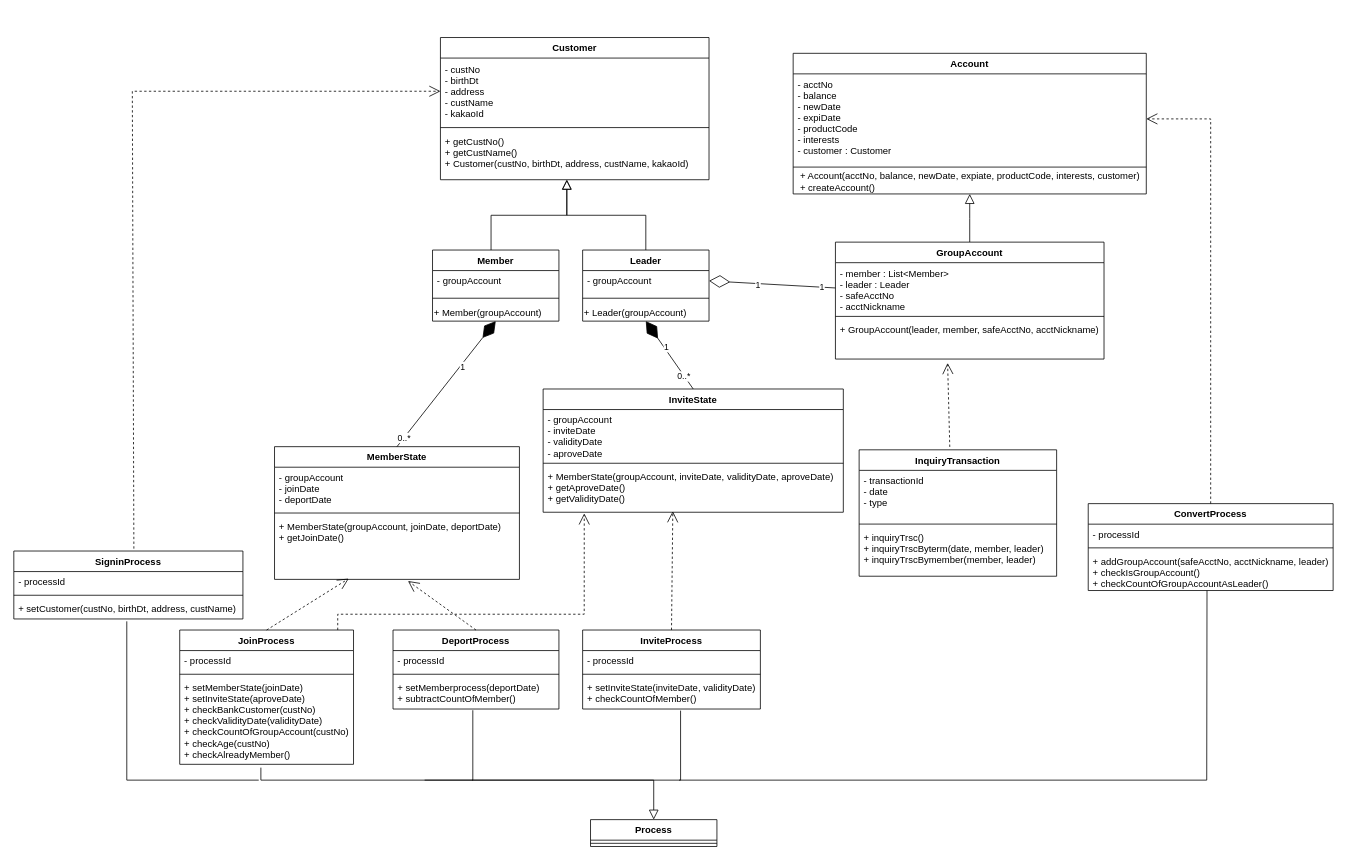
This is Class Diagram.drawio from h22j2n/BeakJoon, a draw.io file, before an edit. Source tidied: cells renumbered, new cells numbered last; positions are measured from the earlier drawing's top-left corner, leaving out a move shared by most shapes. Both pictures are drawn from the tidied source at 79%, with x=0, y=0 at pixel (13, 37).
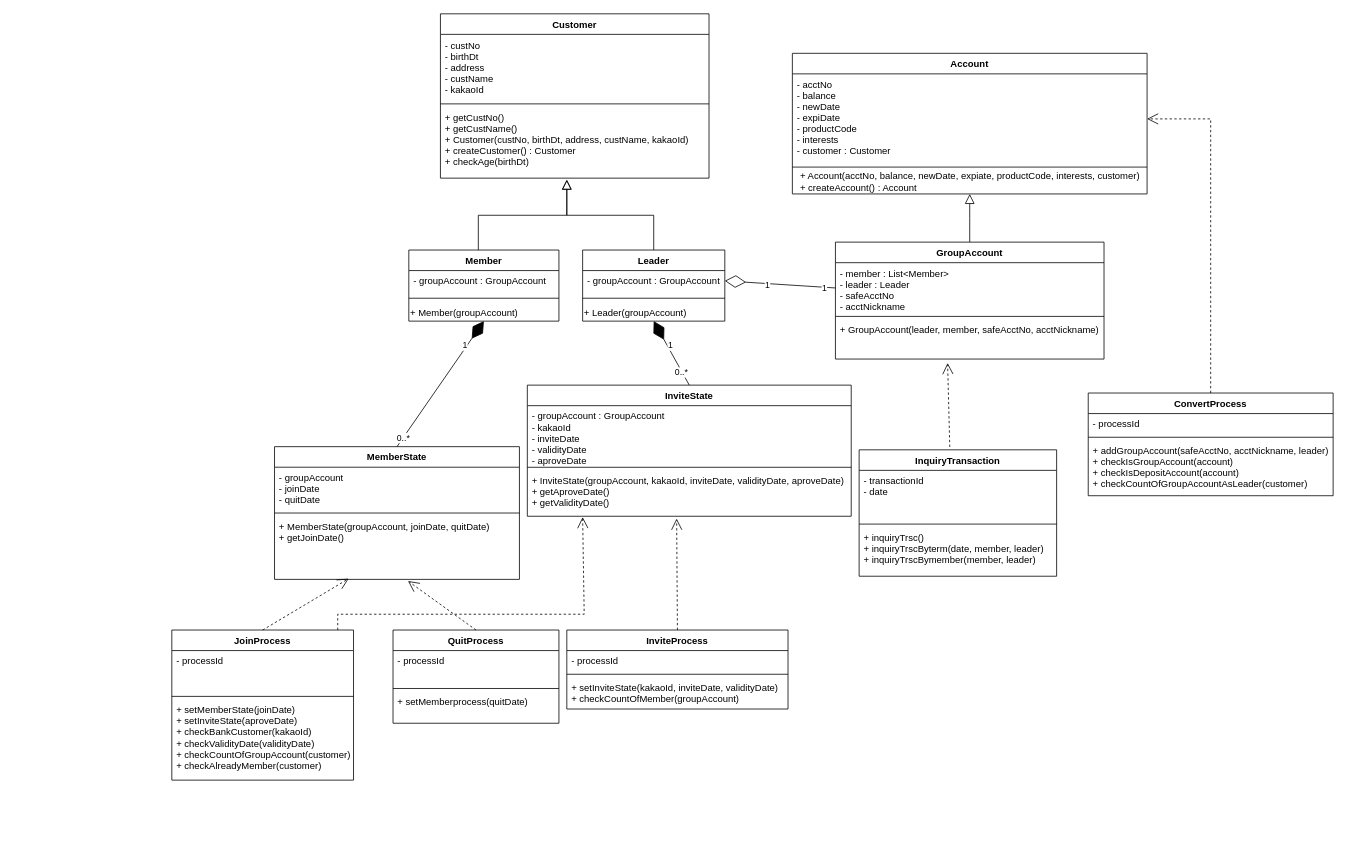
Above is the later version.

Unchanged cells that the change refers to:
```xml
<mxCell id="12" value="- custNo&#10;- birthDt&#10;- address&#10;- custName&#10;- kakaoId" style="text;strokeColor=none;fillColor=none;align=left;verticalAlign=top;spacingLeft=4;spacingRight=4;overflow=hidden;points=[[0,0.5],[1,0.5]];portConstraint=eastwest;spacingTop=1;spacingBottom=1;" parent="11" vertex="1">
  <mxGeometry y="26" width="340" height="84" as="geometry" />
</mxCell>
<mxCell id="28" value="MemberState" style="swimlane;fontStyle=1;align=center;verticalAlign=top;horizontal=1;startSize=26;" parent="1" vertex="1">
  <mxGeometry x="330" y="517.9" width="310" height="168" as="geometry" />
</mxCell>
<mxCell id="32" style="endArrow=diamondThin;endFill=1;endSize=24;html=1;exitX=0.5;exitY=0;exitDx=0;exitDy=0;entryX=0.5;entryY=1;entryDx=0;entryDy=0;" parent="1" edge="1" source="28" target="15">
  <mxGeometry relative="1" as="geometry" />
</mxCell>
<mxCell id="49" value="InquiryTransaction" style="swimlane;fontStyle=1;align=center;verticalAlign=top;horizontal=1;startSize=26;" parent="1" vertex="1">
  <mxGeometry x="1070" y="521.9" width="250" height="160" as="geometry" />
</mxCell>
```

The edit, as a diff of the source:
```diff
@@
     <mxCell id="2" value="Account" style="swimlane;fontStyle=1;align=center;verticalAlign=top;horizontal=1;startSize=26;rounded=0;shadow=0;strokeWidth=1;" parent="1" vertex="1">
-      <mxGeometry x="986.5" y="20" width="447" height="178" as="geometry" />
+      <mxGeometry x="985.5" y="20" width="449" height="178" as="geometry" />
     </mxCell>
     <mxCell id="3" value="- acctNo&#10;- balance&#10;- newDate&#10;- expiDate&#10;- productCode&#10;- interests&#10;- customer : Customer" style="text;align=left;verticalAlign=top;spacingLeft=4;spacingRight=4;overflow=hidden;points=[[0,0.5],[1,0.5]];portConstraint=eastwest;" parent="2" vertex="1">
-      <mxGeometry y="26" width="447" height="114" as="geometry" />
+      <mxGeometry y="26" width="449" height="114" as="geometry" />
     </mxCell>
     <mxCell id="4" style="line;html=1;strokeWidth=1;align=left;verticalAlign=middle;spacingTop=-1;spacingLeft=3;spacingRight=3;labelPosition=right;" parent="2" vertex="1">
-      <mxGeometry y="140" width="447" height="8" as="geometry" />
+      <mxGeometry y="140" width="449" height="8" as="geometry" />
     </mxCell>
-    <mxCell id="5" value="&lt;div&gt;&lt;div&gt;&lt;div style=&quot;text-align: left&quot;&gt;+ Account(acctNo, balance, newDate, expiate, productCode, interests, customer)&lt;/div&gt;&lt;/div&gt;&lt;/div&gt;&lt;div style=&quot;text-align: left&quot;&gt;+ createAccount()&lt;/div&gt;" style="text;html=1;align=center;verticalAlign=middle;" parent="2" vertex="1">
-      <mxGeometry y="148" width="447" height="30" as="geometry" />
+    <mxCell id="5" value="&lt;div&gt;&lt;div&gt;&lt;div style=&quot;text-align: left&quot;&gt;+ Account(acctNo, balance, newDate, expiate, productCode, interests, customer)&lt;/div&gt;&lt;/div&gt;&lt;/div&gt;&lt;div style=&quot;text-align: left&quot;&gt;+ createAccount() : Account&lt;/div&gt;" style="text;html=1;align=center;verticalAlign=middle;" parent="2" vertex="1">
+      <mxGeometry y="148" width="449" height="30" as="geometry" />
     </mxCell>
@@
     <mxCell id="11" value="Customer" style="swimlane;fontStyle=1;align=center;verticalAlign=top;horizontal=1;startSize=26;" parent="1" vertex="1">
-      <mxGeometry x="540" width="340" height="180" as="geometry" />
+      <mxGeometry x="540" y="-30" width="340" height="208" as="geometry" />
     </mxCell>
@@
-    <mxCell id="14" value="+ getCustNo()&#10;+ getCustName()&#10;+ Customer(custNo, birthDt, address, custName, kakaoId)" style="text;strokeColor=none;fillColor=none;align=left;verticalAlign=top;spacingLeft=4;spacingRight=4;overflow=hidden;" parent="11" vertex="1">
-      <mxGeometry y="118" width="340" height="62" as="geometry" />
+    <mxCell id="14" value="+ getCustNo()&#10;+ getCustName()&#10;+ Customer(custNo, birthDt, address, custName, kakaoId)&#10;+ createCustomer() : Customer&#10;+ checkAge(birthDt)" style="text;strokeColor=none;fillColor=none;align=left;verticalAlign=top;spacingLeft=4;spacingRight=4;overflow=hidden;" parent="11" vertex="1">
+      <mxGeometry y="118" width="340" height="90" as="geometry" />
     </mxCell>
     <mxCell id="15" value="Member" style="swimlane;fontStyle=1;align=center;verticalAlign=top;horizontal=1;startSize=26;" parent="1" vertex="1">
-      <mxGeometry x="530" y="269" width="160" height="90" as="geometry" />
+      <mxGeometry x="500" y="269" width="190" height="90" as="geometry" />
     </mxCell>
-    <mxCell id="16" value="- groupAccount" style="text;strokeColor=none;fillColor=none;align=left;verticalAlign=top;spacingLeft=4;spacingRight=4;overflow=hidden;" parent="15" vertex="1">
-      <mxGeometry y="26" width="160" height="26" as="geometry" />
+    <mxCell id="16" value="- groupAccount : GroupAccount&#10;" style="text;strokeColor=none;fillColor=none;align=left;verticalAlign=top;spacingLeft=4;spacingRight=4;overflow=hidden;" parent="15" vertex="1">
+      <mxGeometry y="26" width="190" height="26" as="geometry" />
     </mxCell>
     <mxCell id="17" style="line;strokeWidth=1;fillColor=none;align=left;verticalAlign=middle;spacingTop=-1;spacingLeft=3;spacingRight=3;labelPosition=right;" parent="15" vertex="1">
-      <mxGeometry y="52" width="160" height="18" as="geometry" />
+      <mxGeometry y="52" width="190" height="18" as="geometry" />
     </mxCell>
     <mxCell id="18" value="+ Member(groupAccount)" style="text;html=1;align=left;verticalAlign=middle;" parent="15" vertex="1">
-      <mxGeometry y="70" width="160" height="20" as="geometry" />
+      <mxGeometry y="70" width="190" height="20" as="geometry" />
     </mxCell>
     <mxCell id="19" value="Leader" style="swimlane;fontStyle=1;align=center;verticalAlign=top;horizontal=1;startSize=26;" parent="1" vertex="1">
-      <mxGeometry x="720" y="269" width="160" height="90" as="geometry" />
+      <mxGeometry x="720" y="269" width="180" height="90" as="geometry" />
     </mxCell>
-    <mxCell id="20" value="- groupAccount" style="text;strokeColor=none;fillColor=none;align=left;verticalAlign=top;spacingLeft=4;spacingRight=4;overflow=hidden;points=[[0,0.5],[1,0.5]];portConstraint=eastwest;" parent="19" vertex="1">
-      <mxGeometry y="26" width="160" height="26" as="geometry" />
+    <mxCell id="20" value="- groupAccount : GroupAccount&#10;" style="text;strokeColor=none;fillColor=none;align=left;verticalAlign=top;spacingLeft=4;spacingRight=4;overflow=hidden;points=[[0,0.5],[1,0.5]];portConstraint=eastwest;" parent="19" vertex="1">
+      <mxGeometry y="26" width="180" height="26" as="geometry" />
     </mxCell>
     <mxCell id="21" style="line;strokeWidth=1;fillColor=none;align=left;verticalAlign=middle;spacingTop=-1;spacingLeft=3;spacingRight=3;labelPosition=right;" parent="19" vertex="1">
-      <mxGeometry y="52" width="160" height="18" as="geometry" />
+      <mxGeometry y="52" width="180" height="18" as="geometry" />
     </mxCell>
     <mxCell id="22" value="+ Leader(groupAccount)" style="text;html=1;align=left;verticalAlign=middle;" parent="19" vertex="1">
-      <mxGeometry y="70" width="160" height="20" as="geometry" />
+      <mxGeometry y="70" width="180" height="20" as="geometry" />
     </mxCell>
@@
-    <mxCell id="29" value="- groupAccount&#10;- joinDate&#10;- deportDate" style="text;strokeColor=none;fillColor=none;align=left;verticalAlign=top;spacingLeft=4;spacingRight=4;overflow=hidden;" parent="28" vertex="1">
+    <mxCell id="29" value="- groupAccount&#10;- joinDate&#10;- quitDate" style="text;strokeColor=none;fillColor=none;align=left;verticalAlign=top;spacingLeft=4;spacingRight=4;overflow=hidden;" parent="28" vertex="1">
       <mxGeometry y="26" width="310" height="54" as="geometry" />
     </mxCell>
@@
-    <mxCell id="31" value="+ MemberState(groupAccount, joinDate, deportDate)&#10;+ getJoinDate()" style="text;strokeColor=none;fillColor=none;align=left;verticalAlign=top;spacingLeft=4;spacingRight=4;overflow=hidden;points=[[0,0.5],[1,0.5]];portConstraint=eastwest;" parent="28" vertex="1">
+    <mxCell id="31" value="+ MemberState(groupAccount, joinDate, quitDate)&#10;+ getJoinDate()" style="text;strokeColor=none;fillColor=none;align=left;verticalAlign=top;spacingLeft=4;spacingRight=4;overflow=hidden;points=[[0,0.5],[1,0.5]];portConstraint=eastwest;" parent="28" vertex="1">
       <mxGeometry y="88" width="310" height="80" as="geometry" />
     </mxCell>
@@
     <mxCell id="34" value="1" style="edgeLabel;html=1;align=center;verticalAlign=middle;" parent="32" vertex="1">
-      <mxGeometry x="0.3" y="-2" relative="1" as="geometry" />
+      <mxGeometry x="0.3" y="-2" relative="1" as="geometry">
+        <mxPoint x="11.7" y="-25.5" as="offset" />
+      </mxGeometry>
     </mxCell>
     <mxCell id="35" value="JoinProcess" style="swimlane;fontStyle=1;align=center;verticalAlign=top;horizontal=1;startSize=26;" parent="1" vertex="1">
-      <mxGeometry x="210" y="750" width="220" height="170" as="geometry" />
+      <mxGeometry x="200" y="750" width="230" height="190" as="geometry" />
     </mxCell>
     <mxCell id="36" value="- processId" style="text;strokeColor=none;fillColor=none;align=left;verticalAlign=top;spacingLeft=4;spacingRight=4;overflow=hidden;" parent="35" vertex="1">
-      <mxGeometry y="26" width="220" height="26" as="geometry" />
+      <mxGeometry y="26" width="230" height="54" as="geometry" />
     </mxCell>
     <mxCell id="37" style="line;strokeWidth=1;fillColor=none;align=left;verticalAlign=middle;spacingTop=-1;spacingLeft=3;spacingRight=3;labelPosition=right;" parent="35" vertex="1">
-      <mxGeometry y="52" width="220" height="8" as="geometry" />
+      <mxGeometry y="80" width="230" height="8" as="geometry" />
     </mxCell>
-    <mxCell id="38" value="+ setMemberState(joinDate)&#10;+ setInviteState(aproveDate)&#10;+ checkBankCustomer(custNo)&#10;+ checkValidityDate(validityDate)&#10;+ checkCountOfGroupAccount(custNo)&#10;+ checkAge(custNo)&#10;+ checkAlreadyMember()" style="text;strokeColor=none;fillColor=none;align=left;verticalAlign=top;spacingLeft=4;spacingRight=4;overflow=hidden;points=[[0,0.5],[1,0.5]];portConstraint=eastwest;" parent="35" vertex="1">
-      <mxGeometry y="60" width="220" height="110" as="geometry" />
+    <mxCell id="38" value="+ setMemberState(joinDate)&#10;+ setInviteState(aproveDate)&#10;+ checkBankCustomer(kakaoId)&#10;+ checkValidityDate(validityDate)&#10;+ checkCountOfGroupAccount(customer)&#10;+ checkAlreadyMember(customer)" style="text;strokeColor=none;fillColor=none;align=left;verticalAlign=top;spacingLeft=4;spacingRight=4;overflow=hidden;points=[[0,0.5],[1,0.5]];portConstraint=eastwest;" parent="35" vertex="1">
+      <mxGeometry y="88" width="230" height="102" as="geometry" />
     </mxCell>
-    <mxCell id="39" value="DeportProcess" style="swimlane;fontStyle=1;align=center;verticalAlign=top;horizontal=1;startSize=26;" parent="1" vertex="1">
-      <mxGeometry x="480" y="750" width="210" height="100" as="geometry" />
+    <mxCell id="39" value="QuitProcess" style="swimlane;fontStyle=1;align=center;verticalAlign=top;horizontal=1;startSize=26;" parent="1" vertex="1">
+      <mxGeometry x="480" y="750" width="210" height="118" as="geometry" />
     </mxCell>
     <mxCell id="40" value="- processId" style="text;strokeColor=none;fillColor=none;align=left;verticalAlign=top;spacingLeft=4;spacingRight=4;overflow=hidden;" parent="39" vertex="1">
-      <mxGeometry y="26" width="210" height="26" as="geometry" />
+      <mxGeometry y="26" width="210" height="44" as="geometry" />
     </mxCell>
     <mxCell id="41" style="line;strokeWidth=1;fillColor=none;align=left;verticalAlign=middle;spacingTop=-1;spacingLeft=3;spacingRight=3;labelPosition=right;" parent="39" vertex="1">
-      <mxGeometry y="52" width="210" height="8" as="geometry" />
+      <mxGeometry y="70" width="210" height="8" as="geometry" />
     </mxCell>
-    <mxCell id="42" value="+ setMemberprocess(deportDate)&#10;+ subtractCountOfMember()" style="text;strokeColor=none;fillColor=none;align=left;verticalAlign=top;spacingLeft=4;spacingRight=4;overflow=hidden;points=[[0,0.5],[1,0.5]];portConstraint=eastwest;" parent="39" vertex="1">
-      <mxGeometry y="60" width="210" height="40" as="geometry" />
+    <mxCell id="42" value="+ setMemberprocess(quitDate)" style="text;strokeColor=none;fillColor=none;align=left;verticalAlign=top;spacingLeft=4;spacingRight=4;overflow=hidden;points=[[0,0.5],[1,0.5]];portConstraint=eastwest;" parent="39" vertex="1">
+      <mxGeometry y="78" width="210" height="40" as="geometry" />
     </mxCell>
-    <mxCell id="43" value="Process" style="swimlane;fontStyle=1;align=center;verticalAlign=top;horizontal=1;startSize=26;" parent="1" vertex="1">
-      <mxGeometry x="730" y="990" width="160" height="34" as="geometry" />
-    </mxCell>
-    <mxCell id="44" style="line;strokeWidth=1;fillColor=none;align=left;verticalAlign=middle;spacingTop=-1;spacingLeft=3;spacingRight=3;labelPosition=right;" parent="43" vertex="1">
-      <mxGeometry y="26" width="160" height="8" as="geometry" />
-    </mxCell>
@@
-    <mxCell id="47" style="endArrow=block;endSize=10;endFill=0;shadow=0;strokeWidth=1;rounded=0;edgeStyle=elbowEdgeStyle;elbow=vertical;exitX=0.467;exitY=1.038;exitDx=0;exitDy=0;entryX=0.5;entryY=0;entryDx=0;entryDy=0;exitPerimeter=0;" parent="1" edge="1" source="38" target="43">
-      <mxGeometry relative="1" as="geometry">
-        <Array as="points">
-          <mxPoint x="480" y="940" />
-          <mxPoint x="460" y="886.9" />
-        </Array>
-      </mxGeometry>
-    </mxCell>
-    <mxCell id="48" style="endArrow=none;html=1;entryX=0.481;entryY=1.038;entryDx=0;entryDy=0;entryPerimeter=0;rounded=0;" parent="1" edge="1" target="42">
-      <mxGeometry relative="1" as="geometry">
-        <mxPoint x="520" y="940" as="sourcePoint" />
-        <Array as="points">
-          <mxPoint x="581" y="940" />
-        </Array>
-      </mxGeometry>
-    </mxCell>
@@
-    <mxCell id="50" value="- transactionId&#10;- date&#10;- type" style="text;strokeColor=none;fillColor=none;align=left;verticalAlign=top;spacingLeft=4;spacingRight=4;overflow=hidden;" parent="49" vertex="1">
+    <mxCell id="50" value="- transactionId&#10;- date" style="text;strokeColor=none;fillColor=none;align=left;verticalAlign=top;spacingLeft=4;spacingRight=4;overflow=hidden;" parent="49" vertex="1">
       <mxGeometry y="26" width="250" height="64" as="geometry" />
     </mxCell>
@@
     <mxCell id="53" value="InviteState" style="swimlane;fontStyle=1;align=center;verticalAlign=top;horizontal=1;startSize=26;" parent="1" vertex="1">
-      <mxGeometry x="670" y="444.9" width="380" height="156" as="geometry" />
+      <mxGeometry x="650" y="440" width="410" height="166" as="geometry" />
     </mxCell>
-    <mxCell id="54" value="- groupAccount&#10;- inviteDate&#10;- validityDate&#10;- aproveDate" style="text;strokeColor=none;fillColor=none;align=left;verticalAlign=top;spacingLeft=4;spacingRight=4;overflow=hidden;" parent="53" vertex="1">
-      <mxGeometry y="26" width="380" height="64" as="geometry" />
+    <mxCell id="54" value="- groupAccount : GroupAccount&#10;- kakaoId&#10;- inviteDate&#10;- validityDate&#10;- aproveDate" style="text;strokeColor=none;fillColor=none;align=left;verticalAlign=top;spacingLeft=4;spacingRight=4;overflow=hidden;" parent="53" vertex="1">
+      <mxGeometry y="26" width="410" height="74" as="geometry" />
     </mxCell>
     <mxCell id="55" style="line;strokeWidth=1;fillColor=none;align=left;verticalAlign=middle;spacingTop=-1;spacingLeft=3;spacingRight=3;labelPosition=right;" parent="53" vertex="1">
-      <mxGeometry y="90" width="380" height="8" as="geometry" />
+      <mxGeometry y="100" width="410" height="8" as="geometry" />
     </mxCell>
-    <mxCell id="56" value="+ MemberState(groupAccount, inviteDate, validityDate, aproveDate)&#10;+ getAproveDate()&#10;+ getValidityDate()" style="text;strokeColor=none;fillColor=none;align=left;verticalAlign=top;spacingLeft=4;spacingRight=4;overflow=hidden;points=[[0,0.5],[1,0.5]];portConstraint=eastwest;" parent="53" vertex="1">
-      <mxGeometry y="98" width="380" height="58" as="geometry" />
+    <mxCell id="56" value="+ InviteState(groupAccount, kakaoId, inviteDate, validityDate, aproveDate)&#10;+ getAproveDate()&#10;+ getValidityDate()" style="text;strokeColor=none;fillColor=none;align=left;verticalAlign=top;spacingLeft=4;spacingRight=4;overflow=hidden;points=[[0,0.5],[1,0.5]];portConstraint=eastwest;" parent="53" vertex="1">
+      <mxGeometry y="108" width="410" height="58" as="geometry" />
     </mxCell>
@@
     <mxCell id="60" value="InviteProcess" style="swimlane;fontStyle=1;align=center;verticalAlign=top;horizontal=1;startSize=26;" parent="1" vertex="1">
-      <mxGeometry x="720" y="750" width="225" height="100" as="geometry" />
+      <mxGeometry x="700" y="750" width="280" height="100" as="geometry" />
     </mxCell>
     <mxCell id="61" value="- processId" style="text;strokeColor=none;fillColor=none;align=left;verticalAlign=top;spacingLeft=4;spacingRight=4;overflow=hidden;" parent="60" vertex="1">
-      <mxGeometry y="26" width="225" height="26" as="geometry" />
+      <mxGeometry y="26" width="280" height="26" as="geometry" />
     </mxCell>
     <mxCell id="62" style="line;strokeWidth=1;fillColor=none;align=left;verticalAlign=middle;spacingTop=-1;spacingLeft=3;spacingRight=3;labelPosition=right;" parent="60" vertex="1">
-      <mxGeometry y="52" width="225" height="8" as="geometry" />
+      <mxGeometry y="52" width="280" height="8" as="geometry" />
     </mxCell>
-    <mxCell id="63" value="+ setInviteState(inviteDate, validityDate)&#10;+ checkCountOfMember()" style="text;strokeColor=none;fillColor=none;align=left;verticalAlign=top;spacingLeft=4;spacingRight=4;overflow=hidden;points=[[0,0.5],[1,0.5]];portConstraint=eastwest;" parent="60" vertex="1">
-      <mxGeometry y="60" width="225" height="40" as="geometry" />
+    <mxCell id="63" value="+ setInviteState(kakaoId, inviteDate, validityDate)&#10;+ checkCountOfMember(groupAccount)" style="text;strokeColor=none;fillColor=none;align=left;verticalAlign=top;spacingLeft=4;spacingRight=4;overflow=hidden;points=[[0,0.5],[1,0.5]];portConstraint=eastwest;" parent="60" vertex="1">
+      <mxGeometry y="60" width="280" height="40" as="geometry" />
     </mxCell>
-    <mxCell id="64" style="endArrow=open;endSize=12;dashed=1;html=1;entryX=0.137;entryY=1.025;entryDx=0;entryDy=0;entryPerimeter=0;exitX=0.5;exitY=0;exitDx=0;exitDy=0;rounded=0;" parent="1" edge="1" target="56">
+    <mxCell id="64" style="endArrow=open;endSize=12;dashed=1;html=1;exitX=0.5;exitY=0;exitDx=0;exitDy=0;rounded=0;" parent="1" edge="1">
       <mxGeometry relative="1" as="geometry">
         <mxPoint x="410" y="750" as="sourcePoint" />
+        <mxPoint x="720" y="607" as="targetPoint" />
         <Array as="points">
           <mxPoint x="410" y="730" />
           <mxPoint x="722" y="730" />
         </Array>
       </mxGeometry>
     </mxCell>
-    <mxCell id="65" style="endArrow=open;endSize=12;dashed=1;html=1;exitX=0.5;exitY=0;exitDx=0;exitDy=0;entryX=0.432;entryY=0.978;entryDx=0;entryDy=0;entryPerimeter=0;" parent="1" edge="1" source="60" target="56">
+    <mxCell id="65" style="endArrow=open;endSize=12;dashed=1;html=1;exitX=0.5;exitY=0;exitDx=0;exitDy=0;entryX=0.461;entryY=1.052;entryDx=0;entryDy=0;entryPerimeter=0;" parent="1" edge="1" source="60" target="56">
       <mxGeometry relative="1" as="geometry" />
     </mxCell>
-    <mxCell id="66" style="endArrow=none;html=1;rounded=0;entryX=0.551;entryY=1.05;entryDx=0;entryDy=0;entryPerimeter=0;" parent="1" edge="1" target="63">
-      <mxGeometry relative="1" as="geometry">
-        <mxPoint x="580" y="940" as="sourcePoint" />
-        <Array as="points">
-          <mxPoint x="844" y="940" />
-        </Array>
-      </mxGeometry>
-    </mxCell>
     <mxCell id="67" value="ConvertProcess" style="swimlane;fontStyle=1;align=center;verticalAlign=top;horizontal=1;startSize=26;" parent="1" vertex="1">
-      <mxGeometry x="1360" y="590" width="310" height="110" as="geometry" />
+      <mxGeometry x="1360" y="450" width="310" height="130" as="geometry" />
     </mxCell>
@@
-    <mxCell id="70" value="+ addGroupAccount(safeAcctNo, acctNickname, leader)&#10;+ checkIsGroupAccount()&#10;+ checkCountOfGroupAccountAsLeader()" style="text;strokeColor=none;fillColor=none;align=left;verticalAlign=top;spacingLeft=4;spacingRight=4;overflow=hidden;points=[[0,0.5],[1,0.5]];portConstraint=eastwest;" parent="67" vertex="1">
-      <mxGeometry y="60" width="310" height="50" as="geometry" />
+    <mxCell id="70" value="+ addGroupAccount(safeAcctNo, acctNickname, leader)&#10;+ checkIsGroupAccount(account)&#10;+ checkIsDepositAccount(account)&#10;+ checkCountOfGroupAccountAsLeader(customer)" style="text;strokeColor=none;fillColor=none;align=left;verticalAlign=top;spacingLeft=4;spacingRight=4;overflow=hidden;points=[[0,0.5],[1,0.5]];portConstraint=eastwest;" parent="67" vertex="1">
+      <mxGeometry y="60" width="310" height="70" as="geometry" />
     </mxCell>
-    <mxCell id="71" style="endArrow=none;html=1;rounded=0;entryX=0.485;entryY=1;entryDx=0;entryDy=0;entryPerimeter=0;" parent="1" edge="1" target="70">
-      <mxGeometry relative="1" as="geometry">
-        <mxPoint x="842" y="940" as="sourcePoint" />
-        <Array as="points">
-          <mxPoint x="1510" y="940" />
-        </Array>
-      </mxGeometry>
-    </mxCell>
@@
-    <mxCell id="73" value="SigninProcess" style="swimlane;fontStyle=1;align=center;verticalAlign=top;horizontal=1;startSize=26;" parent="1" vertex="1">
-      <mxGeometry y="650" width="290" height="86" as="geometry" />
-    </mxCell>
-    <mxCell id="74" value="- processId" style="text;strokeColor=none;fillColor=none;align=left;verticalAlign=top;spacingLeft=4;spacingRight=4;overflow=hidden;" parent="73" vertex="1">
-      <mxGeometry y="26" width="290" height="26" as="geometry" />
-    </mxCell>
-    <mxCell id="75" style="line;strokeWidth=1;fillColor=none;align=left;verticalAlign=middle;spacingTop=-1;spacingLeft=3;spacingRight=3;labelPosition=right;" parent="73" vertex="1">
-      <mxGeometry y="52" width="290" height="8" as="geometry" />
-    </mxCell>
-    <mxCell id="76" value="+ setCustomer(custNo, birthDt, address, custName)" style="text;strokeColor=none;fillColor=none;align=left;verticalAlign=top;spacingLeft=4;spacingRight=4;overflow=hidden;" parent="73" vertex="1">
-      <mxGeometry y="60" width="290" height="26" as="geometry" />
-    </mxCell>
-    <mxCell id="77" style="endArrow=open;endSize=12;dashed=1;html=1;entryX=0;entryY=0.5;entryDx=0;entryDy=0;exitX=0.524;exitY=-0.035;exitDx=0;exitDy=0;rounded=0;exitPerimeter=0;" parent="1" edge="1" source="73" target="12">
-      <mxGeometry relative="1" as="geometry">
-        <Array as="points">
-          <mxPoint x="150" y="68" />
-        </Array>
-      </mxGeometry>
-    </mxCell>
-    <mxCell id="78" style="endArrow=none;html=1;rounded=0;" parent="1" edge="1">
-      <mxGeometry relative="1" as="geometry">
-        <mxPoint x="143" y="739" as="sourcePoint" />
-        <mxPoint x="310" y="940" as="targetPoint" />
-        <Array as="points">
-          <mxPoint x="143" y="940" />
-        </Array>
-      </mxGeometry>
-    </mxCell>
```
